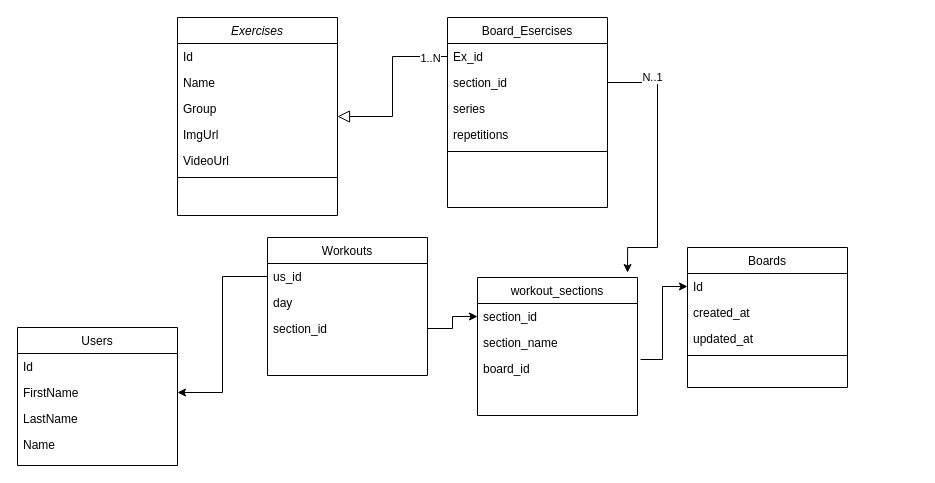
Above: TailorFit ER.drawio in gadamore91/tailorfit-service (draw.io), before the change. Source tidied: cells renumbered, new cells numbered last; positions are measured from the earlier drawing's top-left corner, leaving out a move shared by most shapes. Both pictures are drawn from the tidied source at 100%, with x=0, y=0 at pixel (17, 17).
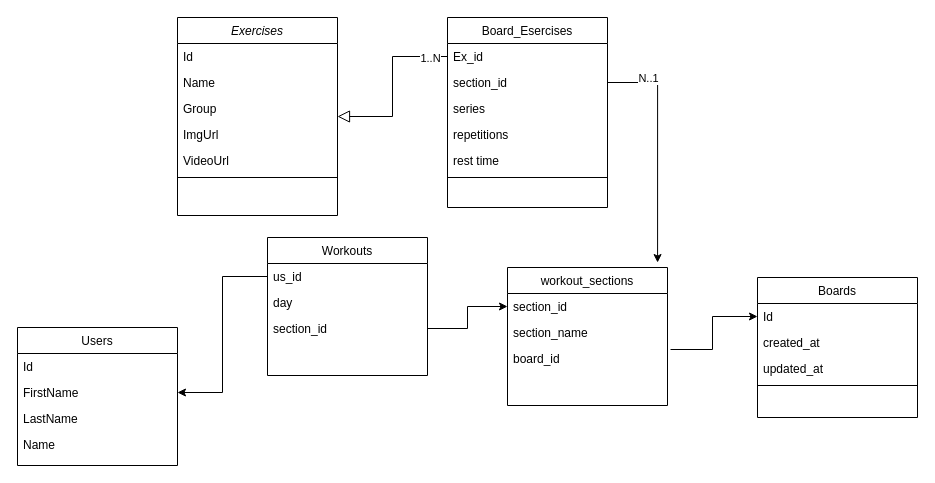
The same diagram, later.

The change refers to these unchanged cells:
```xml
<mxCell id="9" value="Board_Esercises" style="swimlane;fontStyle=0;align=center;verticalAlign=top;horizontal=1;startSize=26;rounded=0;shadow=0;strokeWidth=1;" parent="1" vertex="1">
  <mxGeometry x="430" width="160" height="190" as="geometry" />
</mxCell>
<mxCell id="11" value="section_id" style="text;align=left;verticalAlign=top;spacingLeft=4;spacingRight=4;overflow=hidden;points=[[0,0.5],[1,0.5]];portConstraint=eastwest;rounded=0;shadow=0;html=0;" parent="9" vertex="1">
  <mxGeometry y="52" width="160" height="26" as="geometry" />
</mxCell>
```

Change to the diagram source:
```diff
@@
+    <mxCell id="40" value="rest time" style="text;align=left;verticalAlign=top;spacingLeft=4;spacingRight=4;overflow=hidden;rounded=0;shadow=0;html=0;" parent="9" vertex="1">
+      <mxGeometry y="130" width="160" height="26" as="geometry" />
+    </mxCell>
     <mxCell id="14" style="line;html=1;strokeWidth=1;align=left;verticalAlign=middle;spacingTop=-1;spacingLeft=3;spacingRight=3;labelPosition=right;" parent="9" vertex="1">
-      <mxGeometry y="130" width="160" height="8" as="geometry" />
+      <mxGeometry y="156" width="160" height="8" as="geometry" />
     </mxCell>
     <mxCell id="15" style="edgeStyle=orthogonalEdgeStyle;rounded=0;jettySize=auto;html=1;entryX=0.938;entryY=-0.036;entryDx=0;entryDy=0;entryPerimeter=0;" parent="1" edge="1" source="11" target="35">
       <mxGeometry relative="1" as="geometry">
         <Array as="points">
           <mxPoint x="640" y="65" />
-          <mxPoint x="640" y="230" />
-          <mxPoint x="610" y="230" />
         </Array>
       </mxGeometry>
     </mxCell>
@@
     <mxCell id="30" value="Boards" style="swimlane;fontStyle=0;align=center;verticalAlign=top;horizontal=1;startSize=26;rounded=0;shadow=0;strokeWidth=1;" parent="1" vertex="1">
-      <mxGeometry x="670" y="230" width="160" height="140" as="geometry" />
+      <mxGeometry x="740" y="260" width="160" height="140" as="geometry" />
     </mxCell>
@@
     <mxCell id="35" value="workout_sections" style="swimlane;fontStyle=0;align=center;verticalAlign=top;horizontal=1;startSize=26;rounded=0;shadow=0;strokeWidth=1;" parent="1" vertex="1">
-      <mxGeometry x="460" y="260" width="160" height="138" as="geometry" />
+      <mxGeometry x="490" y="250" width="160" height="138" as="geometry" />
     </mxCell>
```
